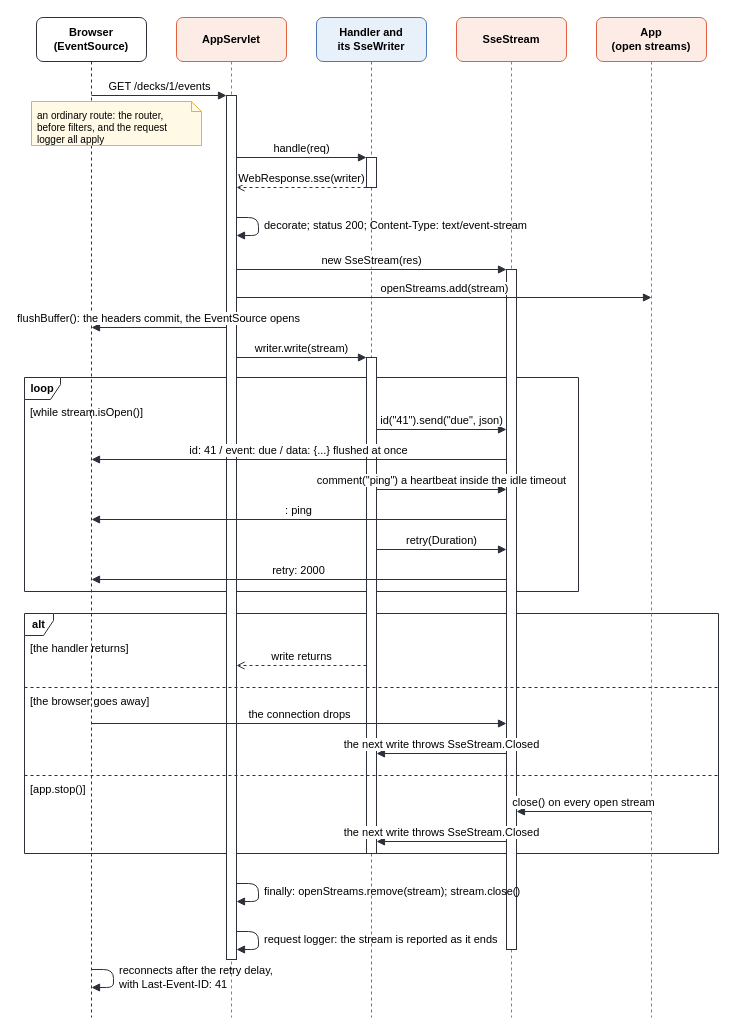
Earlier version of the draw.io diagram manual/diagrams/sse.drawio (benelog/spider-silk). Source tidied: cells renumbered, new cells numbered last; positions are measured from the earlier drawing's top-left corner, leaving out a move shared by most shapes. Both pictures are drawn from the tidied source at 100%, with x=0, y=0 at pixel (24, 17).
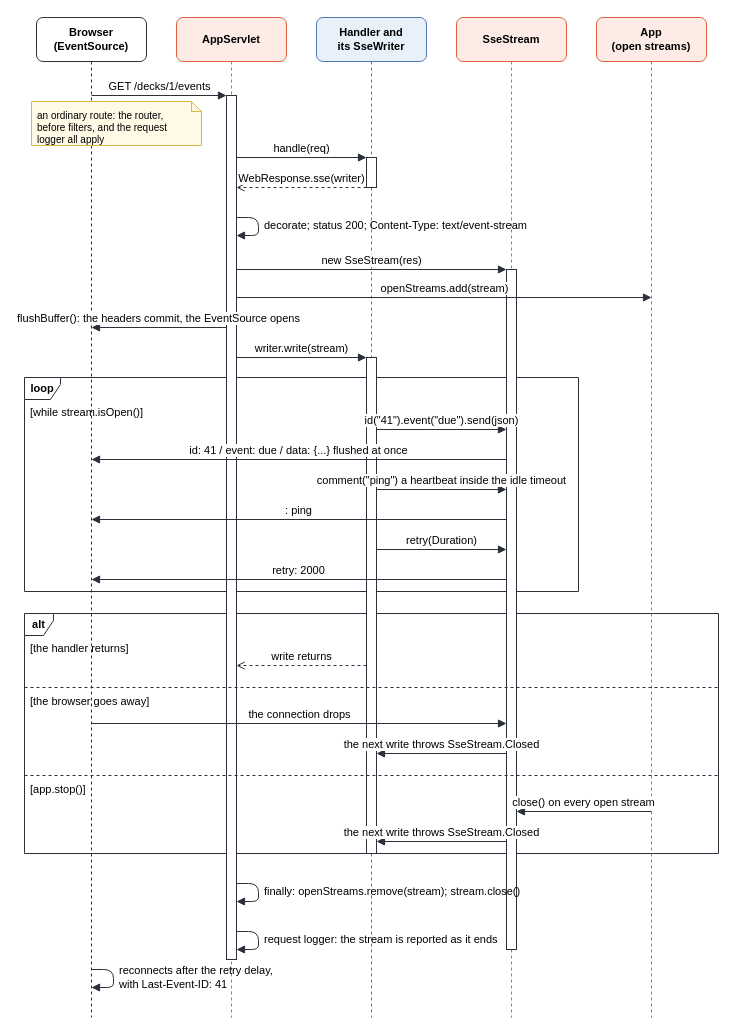
After the change.

Change to the diagram source:
```diff
@@
-    <mxCell id="25" value="id(&quot;41&quot;).send(&quot;due&quot;, json)" style="html=1;verticalAlign=bottom;endArrow=block;endFill=1;strokeColor=#2b303b;fontSize=11;fontFamily=Helvetica;" parent="1" edge="1">
+    <mxCell id="25" value="id(&quot;41&quot;).event(&quot;due&quot;).send(json)" style="html=1;verticalAlign=bottom;endArrow=block;endFill=1;strokeColor=#2b303b;fontSize=11;fontFamily=Helvetica;" parent="1" edge="1">
       <mxGeometry relative="1" as="geometry">
         <mxPoint x="352" y="412" as="sourcePoint" />
         <mxPoint x="482" y="412" as="targetPoint" />
       </mxGeometry>
     </mxCell>
```
